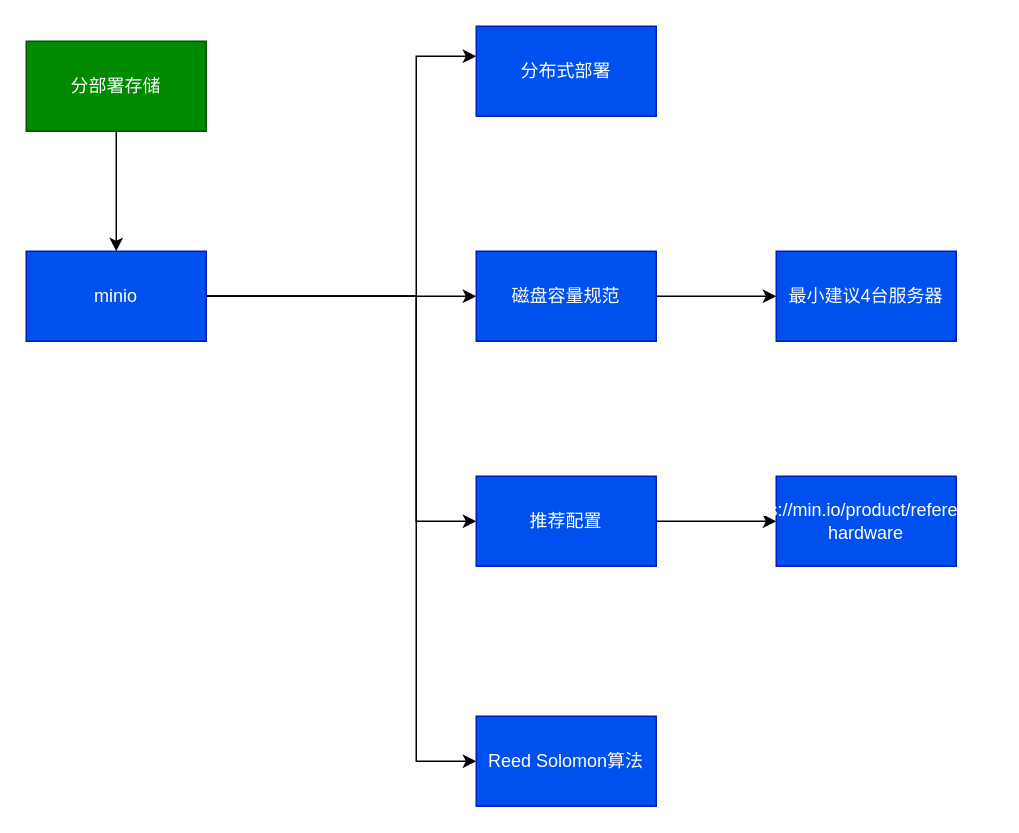
Above: minio汇总图.drawio in stephenZkang/diagrams (draw.io), before the change. Source tidied: cells renumbered, new cells numbered last; positions are measured from the earlier drawing's top-left corner, leaving out a move shared by most shapes. Both pictures are drawn from the tidied source at 150%, with x=0, y=0 at pixel (26, 26).
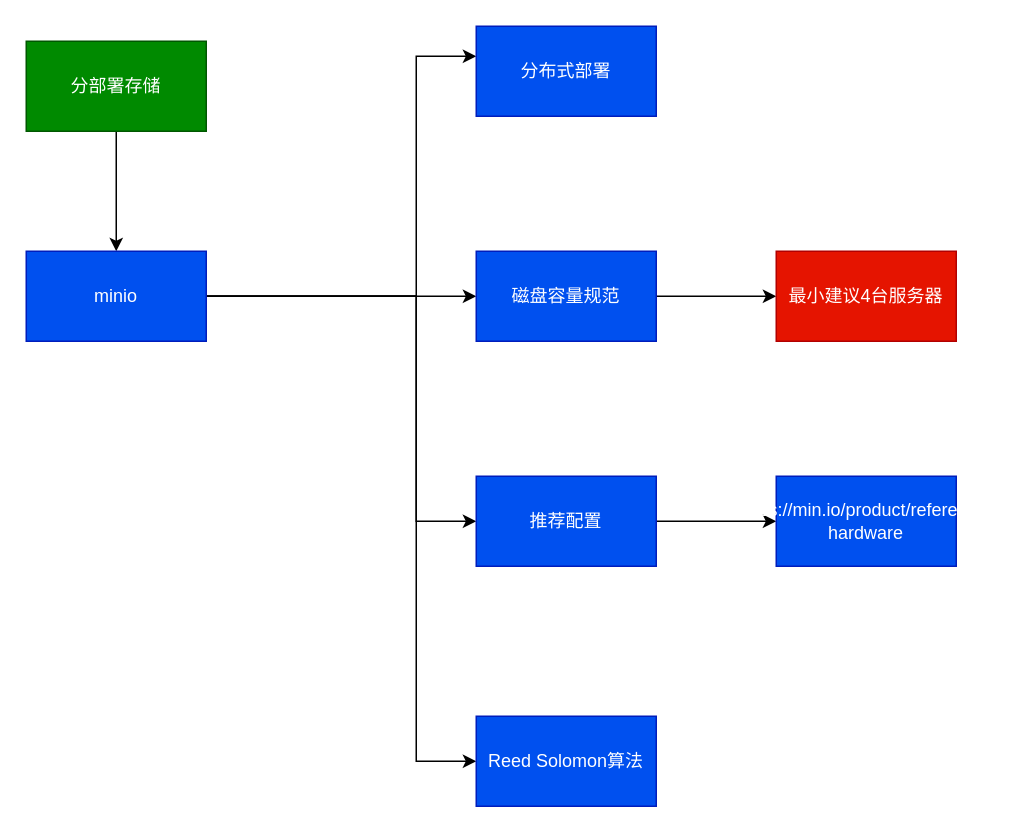
The same diagram, later.

Commit message (it also covers changes not shown here):
更新minio汇总图.drawio

What changed in the source:
```diff
@@
-    <mxCell id="12" value="最小建议4台服务器" style="rounded=0;whiteSpace=wrap;html=1;fillColor=#0050ef;fontColor=#ffffff;strokeColor=#001DBC;" parent="1" vertex="1">
+    <mxCell id="12" value="最小建议4台服务器" style="rounded=0;whiteSpace=wrap;html=1;fillColor=#e51400;fontColor=#ffffff;strokeColor=#B20000;" parent="1" vertex="1">
       <mxGeometry x="500" y="150" width="120" height="60" as="geometry" />
     </mxCell>
```
